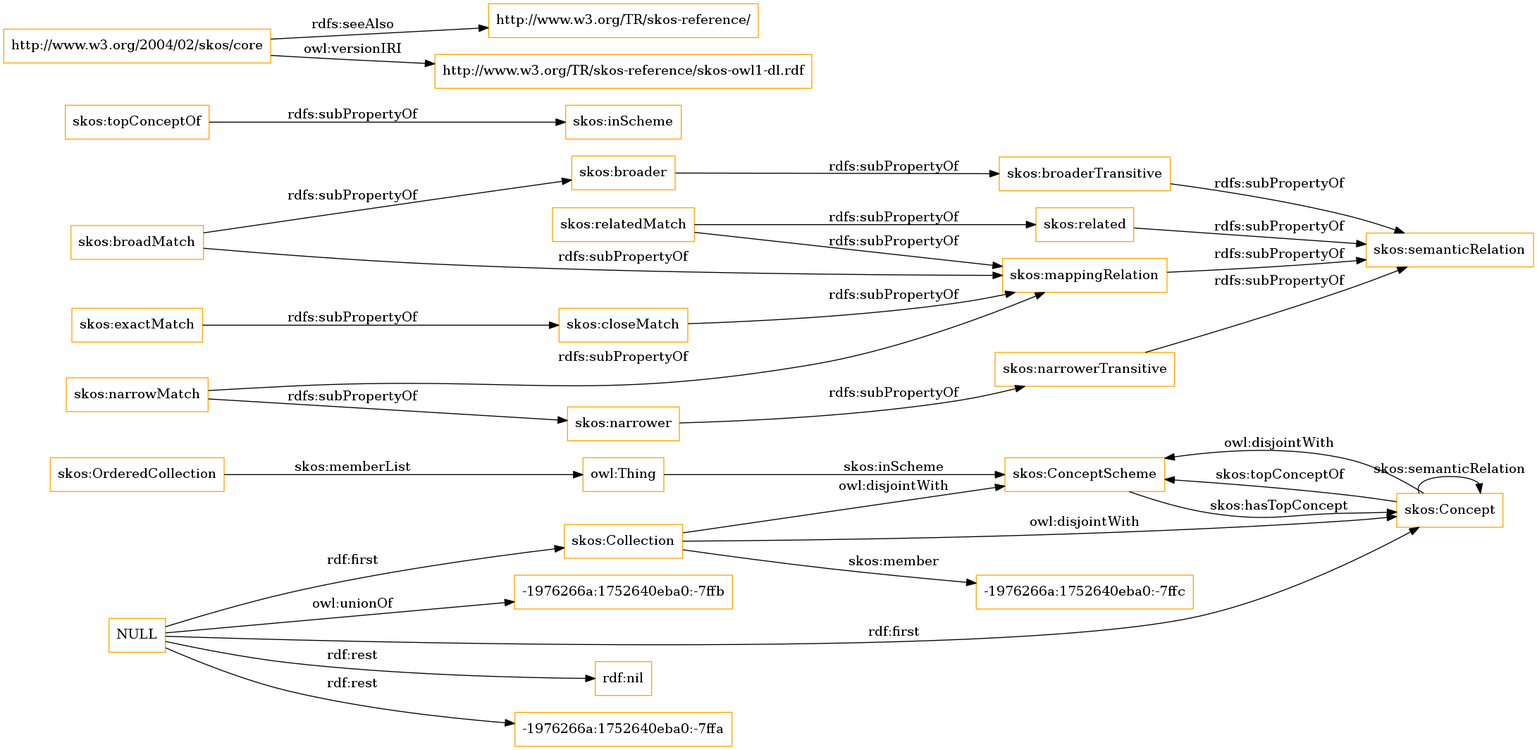
OnToologyUser/core-ontology-1 keeps this Graphviz diagram as OnToology/imports/skos.owl/diagrams/ar2dtool-class/skos.owl.png. Above is the earlier version. Its source is kept beside it as OnToology/imports/skos.owl/diagrams/ar2dtool-class/skos.owl.png.dot.
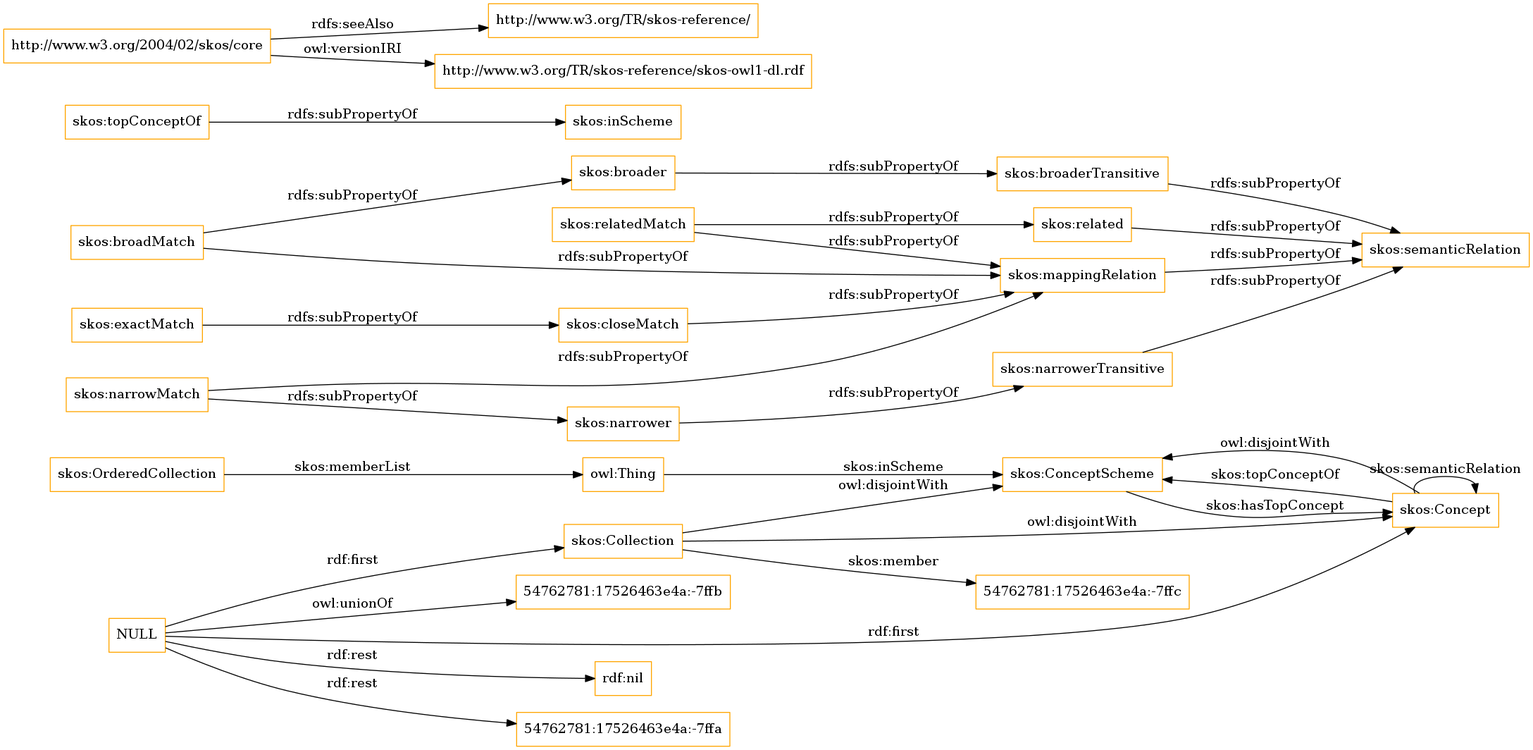
After the change.

The edit, as a diff of the source:
```diff
@@ -1,13 +1,13 @@
 digraph ar2dtool_diagram {
 rankdir=LR;
 size="1501"
-node [shape = rectangle, color="orange"]; "skos:OrderedCollection" "skos:ConceptScheme" "skos:Concept" "skos:Collection" "-1976266a:1752640eba0:-7ffc" ; /*classes style*/
+node [shape = rectangle, color="orange"]; "skos:OrderedCollection" "skos:ConceptScheme" "skos:Concept" "skos:Collection" "54762781:17526463e4a:-7ffc" ; /*classes style*/
 	"skos:narrowerTransitive" -> "skos:semanticRelation" [ label = "rdfs:subPropertyOf" ];
 	"NULL" -> "rdf:nil" [ label = "rdf:rest" ];
 	"NULL" -> "skos:Concept" [ label = "rdf:first" ];
-	"NULL" -> "-1976266a:1752640eba0:-7ffa" [ label = "rdf:rest" ];
+	"NULL" -> "54762781:17526463e4a:-7ffa" [ label = "rdf:rest" ];
 	"NULL" -> "skos:Collection" [ label = "rdf:first" ];
-	"NULL" -> "-1976266a:1752640eba0:-7ffb" [ label = "owl:unionOf" ];
+	"NULL" -> "54762781:17526463e4a:-7ffb" [ label = "owl:unionOf" ];
 	"skos:closeMatch" -> "skos:mappingRelation" [ label = "rdfs:subPropertyOf" ];
 	"skos:Concept" -> "skos:ConceptScheme" [ label = "owl:disjointWith" ];
 	"skos:relatedMatch" -> "skos:related" [ label = "rdfs:subPropertyOf" ];
@@ -30,7 +30,7 @@
 	"skos:OrderedCollection" -> "owl:Thing" [ label = "skos:memberList" ];
 	"skos:Concept" -> "skos:ConceptScheme" [ label = "skos:topConceptOf" ];
 	"skos:Concept" -> "skos:Concept" [ label = "skos:semanticRelation" ];
-	"skos:Collection" -> "-1976266a:1752640eba0:-7ffc" [ label = "skos:member" ];
+	"skos:Collection" -> "54762781:17526463e4a:-7ffc" [ label = "skos:member" ];
 	"skos:ConceptScheme" -> "skos:Concept" [ label = "skos:hasTopConcept" ];
 	"owl:Thing" -> "skos:ConceptScheme" [ label = "skos:inScheme" ];
 
```
